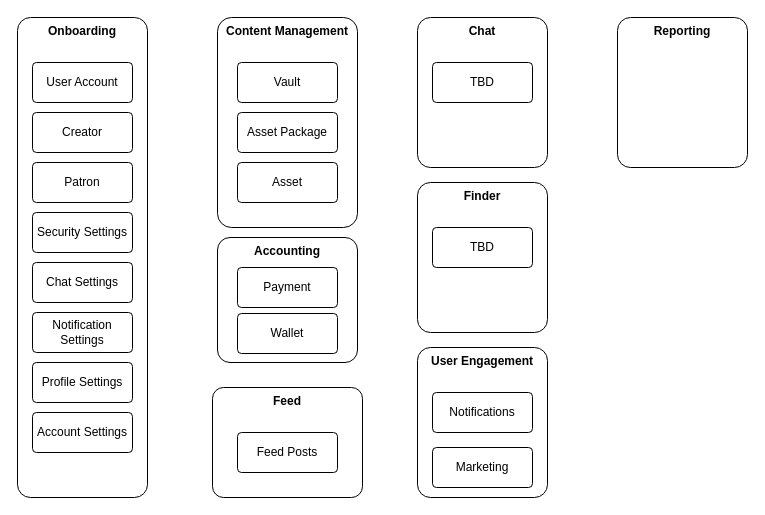
The draw.io diagram page "Domain Services" (3 of 3) of Documentation/High-Level Architecture.drawio in conradcreel/onlysats, before the edit. Source tidied: cells renumbered, new cells numbered last; positions are measured from the earlier drawing's top-left corner, leaving out a move shared by most shapes. Both pictures are drawn from the tidied source at 100%, with x=0, y=0 at pixel (17, 17).
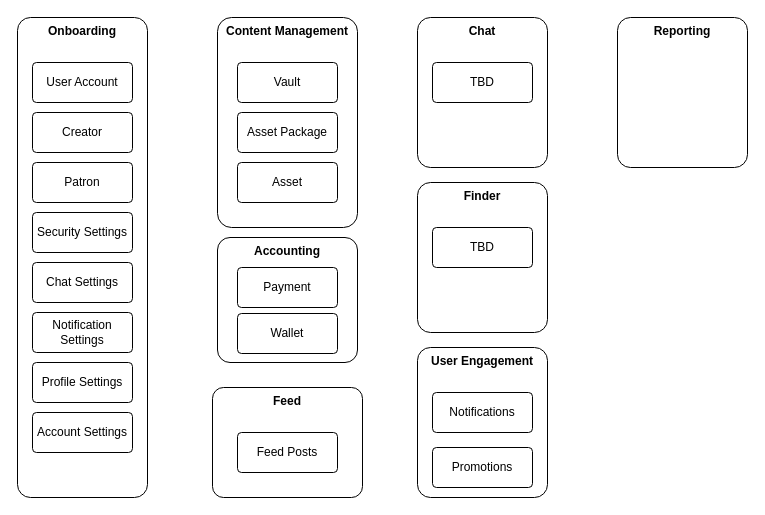
The same page after the edit.

Change to the diagram source:
```diff
@@
-    <mxCell id="27" value="Marketing" style="rounded=1;arcSize=10;whiteSpace=wrap;html=1;align=center;" parent="1" vertex="1">
+    <mxCell id="27" value="Promotions" style="rounded=1;arcSize=10;whiteSpace=wrap;html=1;align=center;" parent="1" vertex="1">
       <mxGeometry x="415" y="430" width="100" height="40" as="geometry" />
     </mxCell>
```
